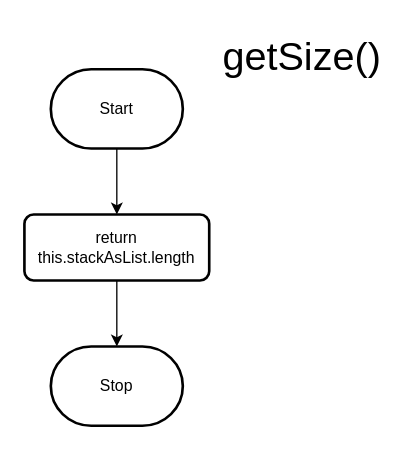
Before: design/flowchart2.drawio in Evgeny-Vovk/ICS4U-Unit2-03-Typescript, a draw.io diagram. Source tidied: cells renumbered, new cells numbered last; positions are measured from the earlier drawing's top-left corner, leaving out a move shared by most shapes. Both pictures are drawn from the tidied source at 132%, with x=0, y=0 at pixel (24, 22).
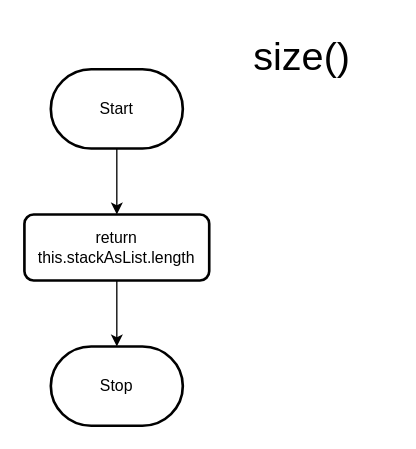
The same page after the edit.

What changed in the source:
```diff
@@
 <mxGraphModel>
   <root>
     <mxCell id="0" />
     <mxCell id="1" parent="0" />
     <mxCell id="2" style="edgeStyle=none;html=1;exitX=0.5;exitY=1;exitDx=0;exitDy=0;exitPerimeter=0;entryX=0.5;entryY=0;entryDx=0;entryDy=0;" parent="1" edge="1" source="3" target="6">
       <mxGeometry relative="1" as="geometry" />
     </mxCell>
     <mxCell id="3" value="Start" style="strokeWidth=2;html=1;shape=mxgraph.flowchart.terminator;whiteSpace=wrap;" parent="1" vertex="1">
       <mxGeometry x="20" y="35" width="100" height="60" as="geometry" />
     </mxCell>
     <mxCell id="4" value="Stop" style="strokeWidth=2;html=1;shape=mxgraph.flowchart.terminator;whiteSpace=wrap;" parent="1" vertex="1">
       <mxGeometry x="20" y="245" width="100" height="60" as="geometry" />
     </mxCell>
     <mxCell id="5" style="edgeStyle=none;html=1;exitX=0.5;exitY=1;exitDx=0;exitDy=0;entryX=0.5;entryY=0;entryDx=0;entryDy=0;entryPerimeter=0;" parent="1" edge="1" source="6" target="4">
       <mxGeometry relative="1" as="geometry" />
     </mxCell>
     <mxCell id="6" value="return this.stackAsList.length" style="rounded=1;whiteSpace=wrap;html=1;absoluteArcSize=1;arcSize=14;strokeWidth=2;" parent="1" vertex="1">
       <mxGeometry y="145" width="140" height="50" as="geometry" />
     </mxCell>
-    <mxCell id="7" value="&lt;font style=&quot;font-size: 30px;&quot;&gt;getSize()&lt;/font&gt;" style="text;html=1;align=center;verticalAlign=middle;strokeColor=none;fillColor=none;" parent="1" vertex="1">
-      <mxGeometry x="140" width="140" height="50" as="geometry" />
+    <mxCell id="7" value="&lt;font style=&quot;font-size: 30px;&quot;&gt;size()&lt;/font&gt;" style="text;html=1;align=center;verticalAlign=middle;strokeColor=none;fillColor=none;" parent="1" vertex="1">
+      <mxGeometry x="160" width="100" height="50" as="geometry" />
     </mxCell>
   </root>
 </mxGraphModel>
```
